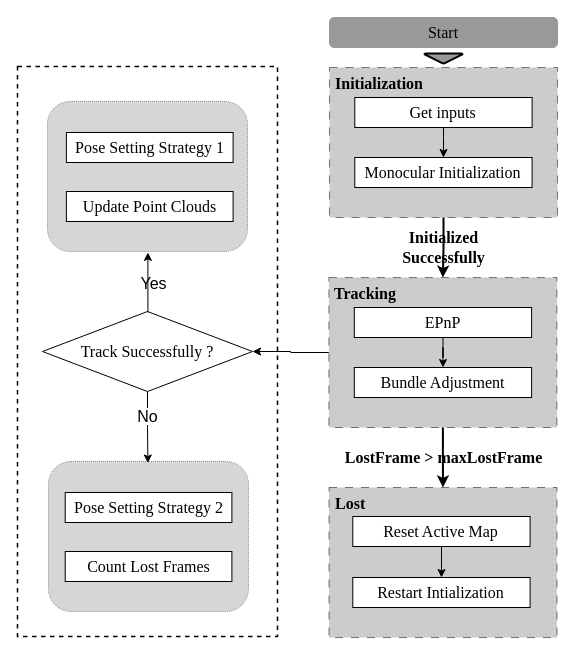
The draw.io diagram EMSLAM.drawio in Abigail248/endoscope_orb_slan3, before the edit. Source tidied: cells renumbered, new cells numbered last; positions are measured from the earlier drawing's top-left corner, leaving out a move shared by most shapes. Both pictures are drawn from the tidied source at 100%, with x=0, y=0 at pixel (17, 17).
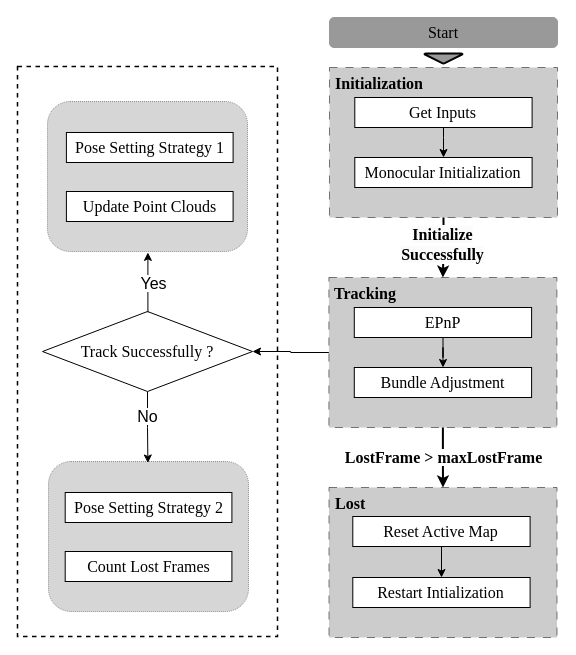
The same diagram, later.

The change refers to these unchanged cells:
```xml
<mxCell id="3" style="group;fontSize=16;fontFamily=Times New Roman;labelBackgroundColor=none;" parent="1" vertex="1">
  <mxGeometry x="312" width="228" height="200" as="geometry" />
</mxCell>
<mxCell id="6" value="&lt;b style=&quot;font-size: 16px;&quot;&gt;&amp;nbsp;Initialization&lt;/b&gt;" style="rounded=0;whiteSpace=wrap;html=1;align=left;horizontal=1;verticalAlign=top;dashed=1;dashPattern=8 8;opacity=50;fontSize=16;fontFamily=Times New Roman;labelBackgroundColor=none;fillColor=#999999;" parent="3" vertex="1">
  <mxGeometry y="50" width="228" height="150" as="geometry" />
</mxCell>
<mxCell id="11" value="&lt;b style=&quot;font-size: 16px;&quot;&gt;&amp;nbsp;Tracking&lt;/b&gt;" style="rounded=0;whiteSpace=wrap;html=1;align=left;horizontal=1;verticalAlign=top;dashed=1;dashPattern=8 8;opacity=50;fontSize=16;fontFamily=Times New Roman;labelBackgroundColor=none;fillColor=#999999;" parent="10" vertex="1">
  <mxGeometry x="-0.6" width="228" height="150" as="geometry" />
</mxCell>
<mxCell id="17" value="&lt;b style=&quot;font-size: 16px;&quot;&gt;&amp;nbsp;Lost&lt;/b&gt;" style="rounded=0;whiteSpace=wrap;html=1;align=left;horizontal=1;verticalAlign=top;dashed=1;dashPattern=8 8;opacity=50;fontSize=16;fontFamily=Times New Roman;labelBackgroundColor=none;fillColor=#999999;" parent="1" vertex="1">
  <mxGeometry x="311.5" y="470" width="228" height="150" as="geometry" />
</mxCell>
<mxCell id="33" style="endArrow=classic;html=1;rounded=0;fontColor=default;entryX=0.502;entryY=1.006;entryDx=0;entryDy=0;entryPerimeter=0;exitX=0.502;exitY=0.011;exitDx=0;exitDy=0;exitPerimeter=0;labelBackgroundColor=none;" parent="1" edge="1" source="32" target="23">
  <mxGeometry relative="1" as="geometry" />
</mxCell>
```

Change to the diagram source:
```diff
@@
-    <mxCell id="7" value="Get inputs" style="rounded=0;whiteSpace=wrap;html=1;fontSize=16;fontFamily=Times New Roman;labelBackgroundColor=none;" parent="3" vertex="1">
+    <mxCell id="7" value="Get Inputs" style="rounded=0;whiteSpace=wrap;html=1;fontSize=16;fontFamily=Times New Roman;labelBackgroundColor=none;" parent="3" vertex="1">
       <mxGeometry x="25.3" y="80" width="177.3" height="30" as="geometry" />
     </mxCell>
@@
-    <mxCell id="15" value="Initialized&lt;br style=&quot;font-size: 16px;&quot;&gt;Successfully" style="edgeStyle=orthogonalEdgeStyle;rounded=0;jettySize=auto;html=1;fontFamily=Times New Roman;fontSize=16;fontColor=default;fontStyle=1;strokeWidth=2;labelBackgroundColor=none;" parent="1" edge="1" source="6" target="11">
-      <mxGeometry relative="1" as="geometry" />
+    <mxCell id="15" style="edgeStyle=orthogonalEdgeStyle;rounded=0;jettySize=auto;html=1;fontFamily=Times New Roman;fontSize=16;fontColor=default;fontStyle=1;strokeWidth=2;labelBackgroundColor=none;" parent="1" edge="1" source="6" target="11">
+      <mxGeometry x="-0.01" y="-44" relative="1" as="geometry">
+        <mxPoint x="88" as="offset" />
+      </mxGeometry>
     </mxCell>
+    <mxCell id="36" value="&lt;span style=&quot;font-family: &amp;quot;Times New Roman&amp;quot;; font-size: 16px; font-weight: 700; background-color: rgb(251, 251, 251);&quot;&gt;Initialize &lt;br&gt;Successfully&lt;/span&gt;" style="edgeLabel;html=1;align=center;verticalAlign=middle;" parent="15" vertex="1">
+      <mxGeometry x="-0.11" y="-2" relative="1" as="geometry">
+        <mxPoint y="-1" as="offset" />
+      </mxGeometry>
+    </mxCell>
-    <mxCell id="16" value="LostFrame &amp;gt; maxLostFrame" style="edgeStyle=orthogonalEdgeStyle;rounded=0;jettySize=auto;html=1;fontFamily=Times New Roman;fontSize=16;fontColor=default;fontStyle=1;entryX=0.5;entryY=0;entryDx=0;entryDy=0;strokeWidth=2;labelBackgroundColor=none;" parent="1" edge="1" source="11" target="17">
+    <mxCell id="16" value="&lt;span style=&quot;background-color: rgb(255, 255, 255);&quot;&gt;LostFrame &amp;gt; maxLostFrame&lt;/span&gt;" style="edgeStyle=orthogonalEdgeStyle;rounded=0;jettySize=auto;html=1;fontFamily=Times New Roman;fontSize=16;fontColor=default;fontStyle=1;entryX=0.5;entryY=0;entryDx=0;entryDy=0;strokeWidth=2;labelBackgroundColor=none;" parent="1" edge="1" source="11" target="17">
       <mxGeometry relative="1" as="geometry" />
     </mxCell>
@@
-    <mxCell id="34" value="Yes" style="edgeLabel;html=1;align=center;verticalAlign=middle;fontSize=16;labelBackgroundColor=none;" parent="33" vertex="1">
+    <mxCell id="34" value="&lt;span style=&quot;background-color: rgb(255, 255, 255);&quot;&gt;Yes&lt;/span&gt;" style="edgeLabel;html=1;align=center;verticalAlign=middle;fontSize=16;labelBackgroundColor=none;" parent="33" vertex="1">
       <mxGeometry x="-0.02" y="-5" relative="1" as="geometry" />
     </mxCell>
```
